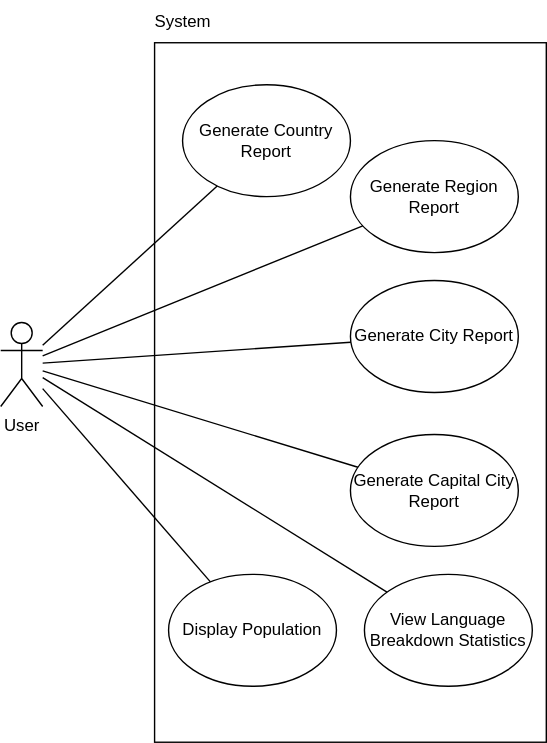
The draw.io diagram Use case diagrams/UC1Diagram.drawio.svg in martinSteadD/sem_assessment, before a commit. Source tidied: cells renumbered, new cells last; positions are measured from the earlier drawing's top-left corner, leaving out a move shared by most shapes. The source it was exported from:
```xml
<mxGraphModel>
  <root>
    <mxCell id="0" />
    <mxCell id="1" parent="0" />
    <mxCell id="2" value="User" style="shape=umlActor;verticalLabelPosition=bottom;verticalAlign=top;html=1;outlineConnect=0;" parent="1" vertex="1">
      <mxGeometry y="230" width="30" height="60" as="geometry" />
    </mxCell>
    <mxCell id="3" style="rounded=0;whiteSpace=wrap;html=1;align=left;" parent="1" vertex="1">
      <mxGeometry x="110" y="30" width="280" height="500" as="geometry" />
    </mxCell>
    <mxCell id="4" value="Generate Region Report" style="ellipse;whiteSpace=wrap;html=1;" parent="1" vertex="1">
      <mxGeometry x="250" y="100" width="120" height="80" as="geometry" />
    </mxCell>
    <mxCell id="5" value="Generate Country Report" style="ellipse;whiteSpace=wrap;html=1;" parent="1" vertex="1">
      <mxGeometry x="130" y="60" width="120" height="80" as="geometry" />
    </mxCell>
    <mxCell id="6" value="Generate City Report" style="ellipse;whiteSpace=wrap;html=1;" parent="1" vertex="1">
      <mxGeometry x="250" y="200" width="120" height="80" as="geometry" />
    </mxCell>
    <mxCell id="7" style="endArrow=none;html=1;rounded=0;" parent="1" edge="1" source="2" target="4">
      <mxGeometry relative="1" as="geometry" />
    </mxCell>
    <mxCell id="8" style="endArrow=none;html=1;rounded=0;" parent="1" edge="1" source="2" target="5">
      <mxGeometry relative="1" as="geometry" />
    </mxCell>
    <mxCell id="9" style="endArrow=none;html=1;rounded=0;" parent="1" edge="1" source="2" target="6">
      <mxGeometry relative="1" as="geometry" />
    </mxCell>
    <mxCell id="10" value="System" style="text;html=1;align=center;verticalAlign=middle;strokeColor=none;fillColor=none;" parent="1" vertex="1">
      <mxGeometry x="100" width="60" height="30" as="geometry" />
    </mxCell>
    <mxCell id="11" value="Generate Capital City Report" style="ellipse;whiteSpace=wrap;html=1;" parent="1" vertex="1">
      <mxGeometry x="250" y="310" width="120" height="80" as="geometry" />
    </mxCell>
    <mxCell id="12" value="Display Population" style="ellipse;whiteSpace=wrap;html=1;" parent="1" vertex="1">
      <mxGeometry x="120" y="410" width="120" height="80" as="geometry" />
    </mxCell>
    <mxCell id="13" value="View Language Breakdown Statistics" style="ellipse;whiteSpace=wrap;html=1;" parent="1" vertex="1">
      <mxGeometry x="260" y="410" width="120" height="80" as="geometry" />
    </mxCell>
    <mxCell id="14" style="endArrow=none;html=1;rounded=0;" parent="1" edge="1" source="11" target="2">
      <mxGeometry relative="1" as="geometry" />
    </mxCell>
    <mxCell id="15" style="endArrow=none;html=1;rounded=0;" parent="1" edge="1" source="12" target="2">
      <mxGeometry relative="1" as="geometry" />
    </mxCell>
    <mxCell id="16" style="endArrow=none;html=1;rounded=0;" parent="1" edge="1" source="13" target="2">
      <mxGeometry relative="1" as="geometry" />
    </mxCell>
  </root>
</mxGraphModel>
```
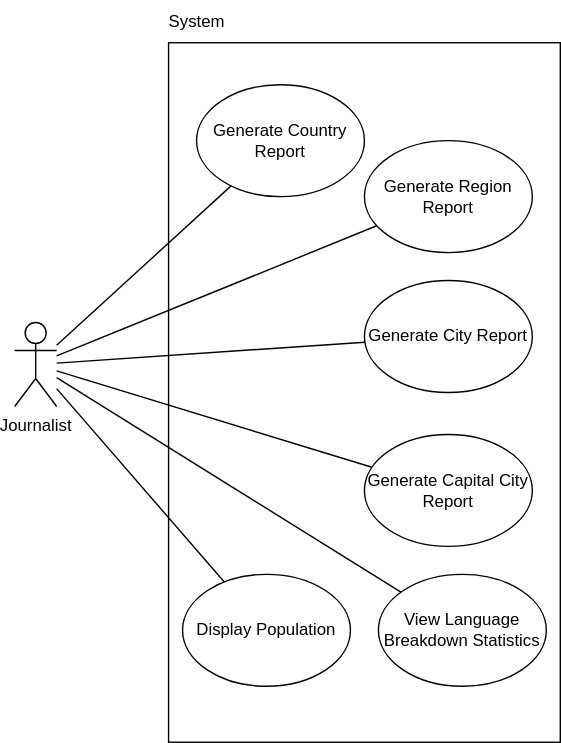
Above is the later version.

Commit message:
Updated Use Case formatting, Changed UCDiagram actor name to be more specific.

The edit, as a diff of the source:
```diff
@@ -2,7 +2,7 @@
   <root>
     <mxCell id="0" />
     <mxCell id="1" parent="0" />
-    <mxCell id="2" value="User" style="shape=umlActor;verticalLabelPosition=bottom;verticalAlign=top;html=1;outlineConnect=0;" parent="1" vertex="1">
+    <mxCell id="2" value="Journalist" style="shape=umlActor;verticalLabelPosition=bottom;verticalAlign=top;html=1;outlineConnect=0;" parent="1" vertex="1">
       <mxGeometry y="230" width="30" height="60" as="geometry" />
     </mxCell>
     <mxCell id="3" style="rounded=0;whiteSpace=wrap;html=1;align=left;" parent="1" vertex="1">
```
